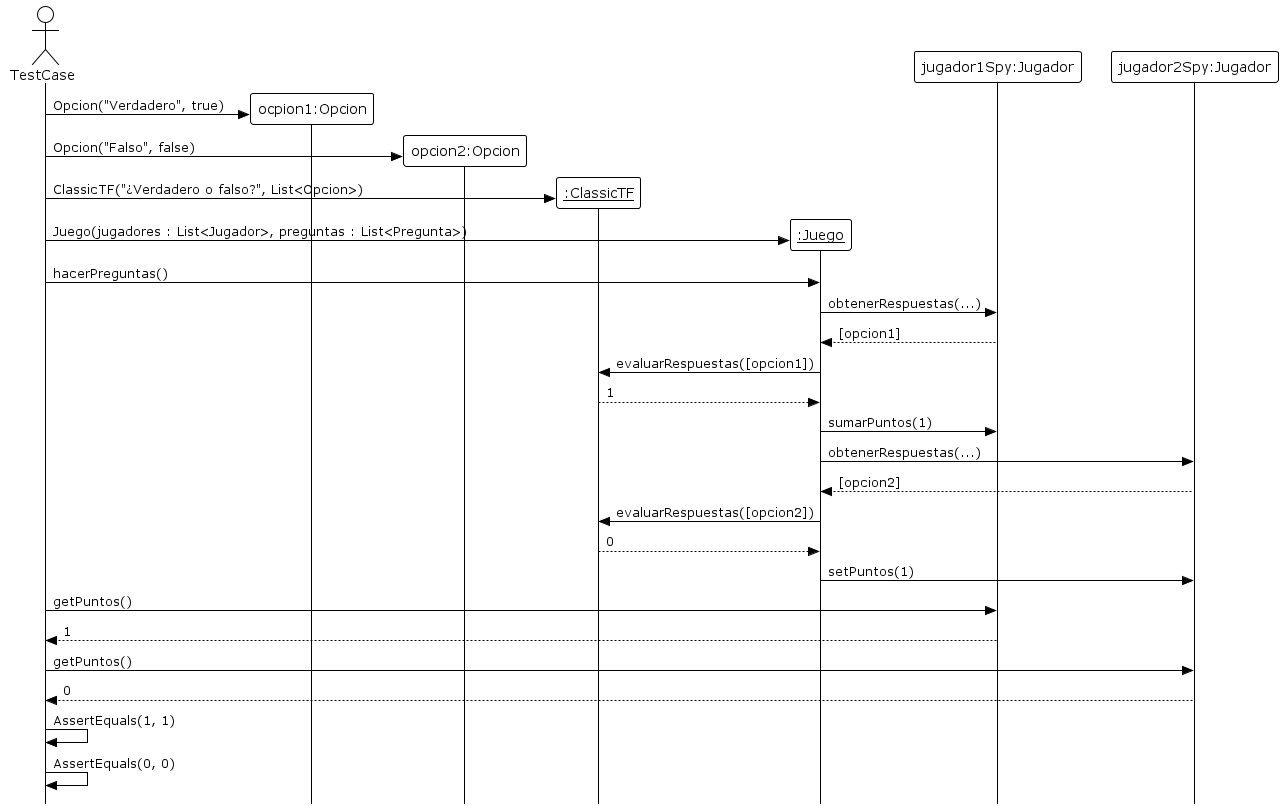
Above: diagrams/sequences/secuencia_test01.png in lautiland/TP2-ALGO3-ALGOHOOT (PlantUML), before the change.
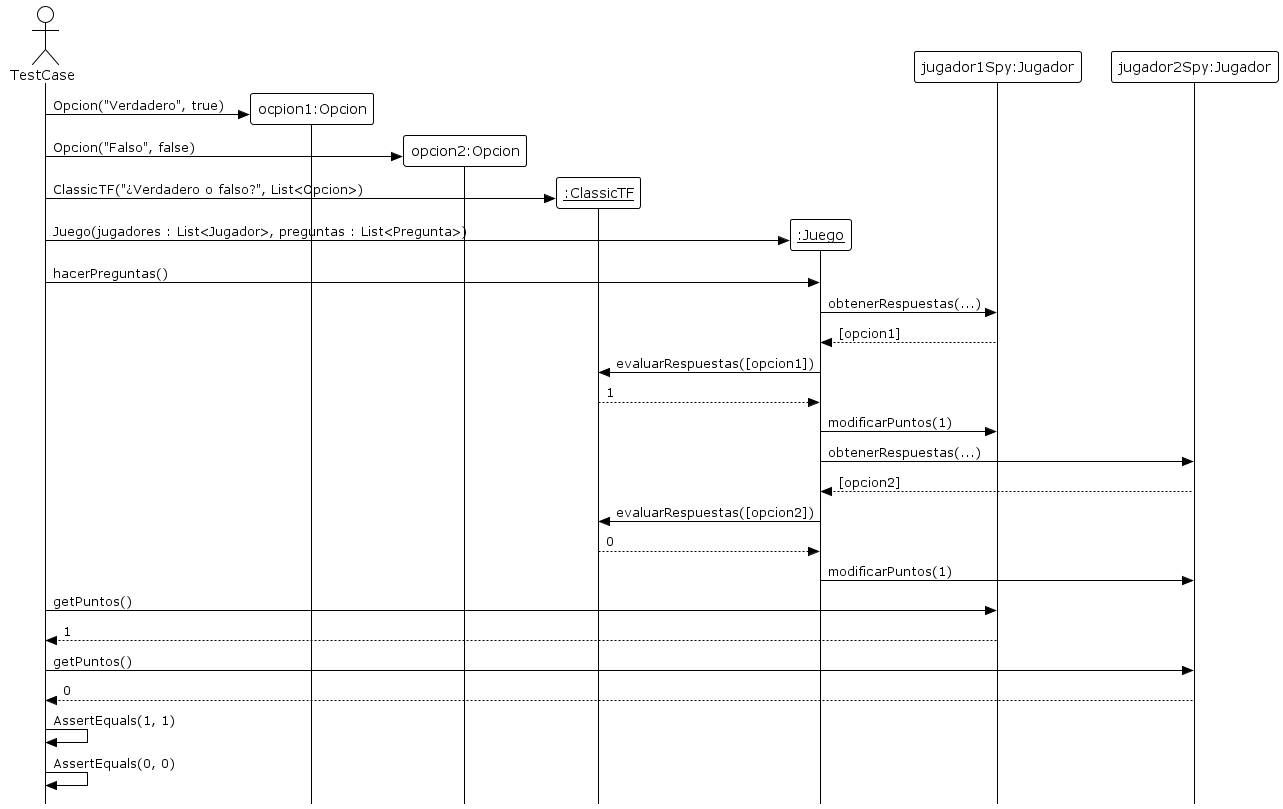
The same file after the commit.

The edit, as a diff of the source:
```diff
@@ -23,13 +23,13 @@
 "__:Juego__" <-- "jugador1Spy:Jugador" : [opcion1]
 "__:Juego__" -> "__:ClassicTF__" : evaluarRespuestas([opcion1])
 "__:Juego__" <-- "__:ClassicTF__" : 1
-"__:Juego__" -> "jugador1Spy:Jugador" : sumarPuntos(1)
+"__:Juego__" -> "jugador1Spy:Jugador" : modificarPuntos(1)
 
 "__:Juego__" -> "jugador2Spy:Jugador" : obtenerRespuestas(...)
 "__:Juego__" <-- "jugador2Spy:Jugador" : [opcion2]
 "__:Juego__" -> "__:ClassicTF__" : evaluarRespuestas([opcion2])
 "__:Juego__" <-- "__:ClassicTF__" : 0
-"__:Juego__" -> "jugador2Spy:Jugador" : setPuntos(1)
+"__:Juego__" -> "jugador2Spy:Jugador" : modificarPuntos(1)
 
 TestCase -> "jugador1Spy:Jugador": getPuntos()
 TestCase <-- "jugador1Spy:Jugador": 1
```
